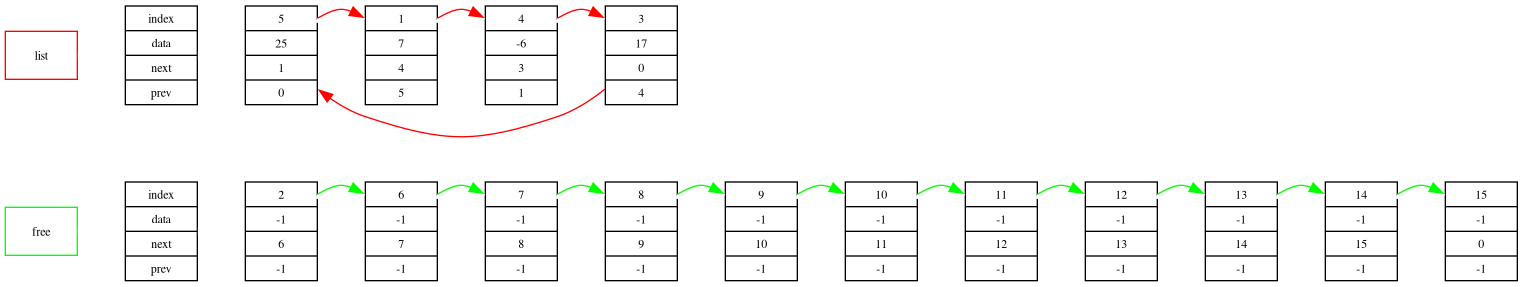
Above: list.png in Alexandr26Starostin/list (Graphviz), before the change. Its source is kept beside it as list.dot.
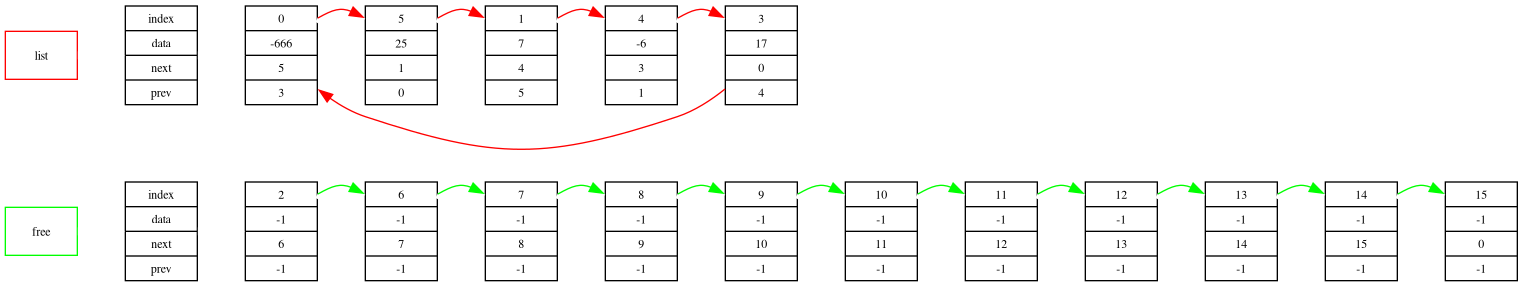
After the change.

Commit message:
add list_dump without find_file

Diff of the diagram source:
```diff
@@ -36,14 +36,15 @@
 
 		names_list [shape=record, label=" index | data | next | prev "]
 
+		name0 [shape=record, label="<f0>    0 | -666 |    5 |    3 "]
 		name5 [shape=record, label="<f5>    5 |   25 |    1 |    0 "]
 		name1 [shape=record, label="<f1>    1 |    7 |    4 |    5 "]
 		name4 [shape=record, label="<f4>    4 |   -6 |    3 |    1 "]
 		name3 [shape=record, label="<f3>    3 |   17 |    0 |    4 "]
 
-		name5:<f5> -> name1:<f1> -> name4:<f4> -> name3:<f3> [penwidth = 6.0, color="white"]
-		name5:<f5> -> name1:<f1> -> name4:<f4> -> name3:<f3>
-		name3 -> name5
-		list -> names_list -> name5 [penwidth = 6.0, color="white"]
+		name0:<f0> -> name5:<f5> -> name1:<f1> -> name4:<f4> -> name3:<f3> [penwidth = 6.0, color="white"]
+		name0:<f0> -> name5:<f5> -> name1:<f1> -> name4:<f4> -> name3:<f3>
+		name3 -> name0
+		list -> names_list -> name0 [penwidth = 6.0, color="white"]
 	}
 }
```
